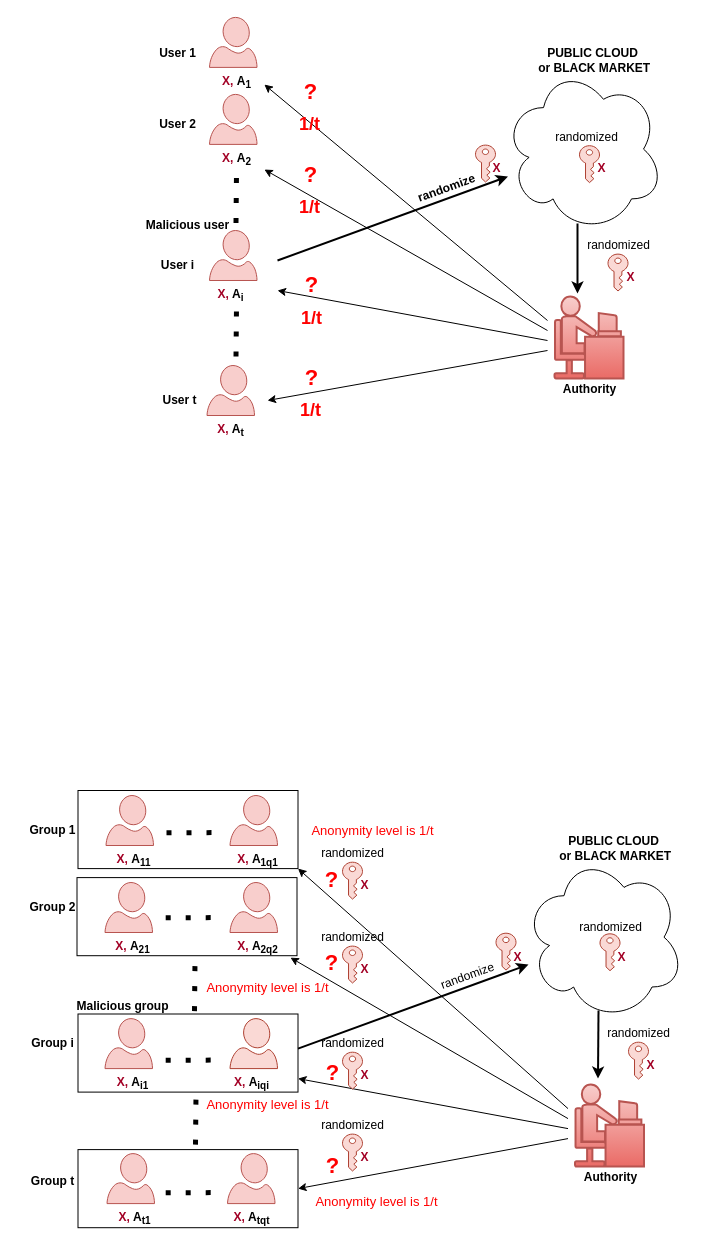
Before: AKL.drawio in huyle84/diagrams, a draw.io diagram. Source tidied: cells renumbered, new cells numbered last; positions are measured from the earlier drawing's top-left corner, leaving out a move shared by most shapes. Both pictures are drawn from the tidied source at 100%, with x=0, y=0 at pixel (17, 17).
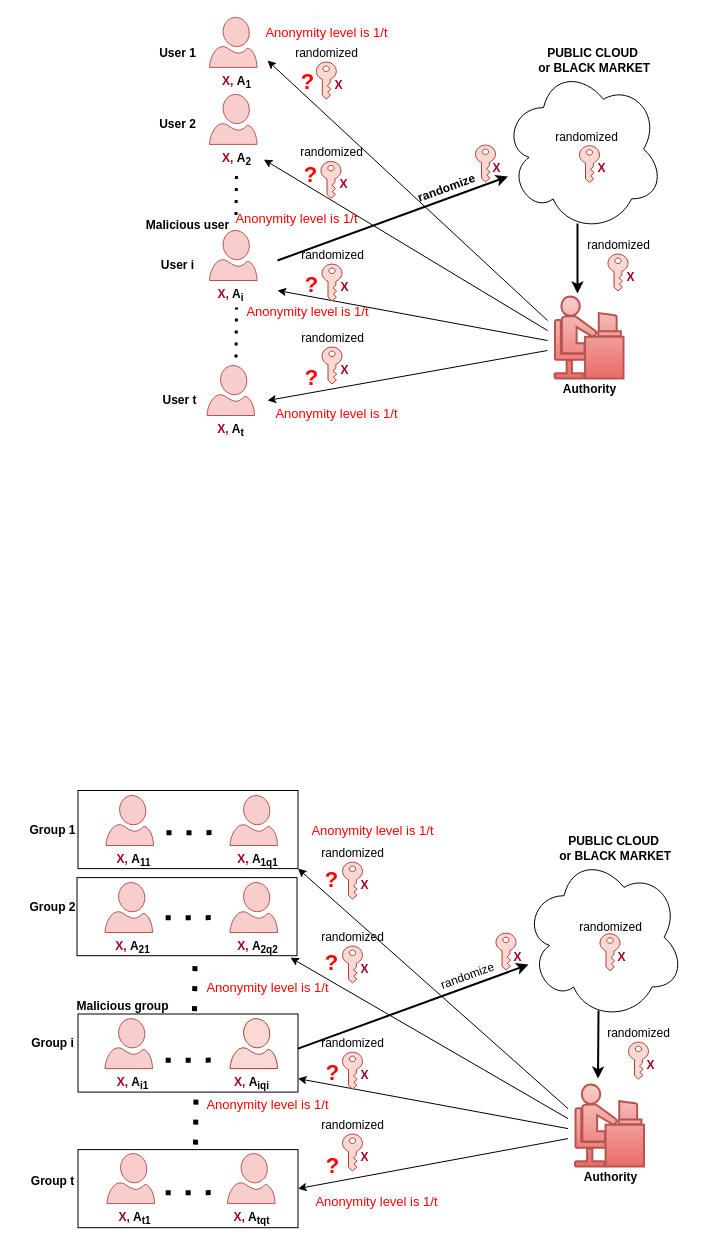
The same diagram, later.

The change refers to these unchanged cells:
```xml
<mxCell id="6" value="&lt;font color=&quot;#a20025&quot;&gt;X,&lt;/font&gt;&amp;nbsp;A&lt;sub&gt;1&lt;/sub&gt;" style="text;html=1;align=center;verticalAlign=middle;points=[];strokeColor=none;fillColor=none;fontStyle=1;" parent="1" vertex="1">
  <mxGeometry x="194" y="49.9" width="50" height="30" as="geometry" />
</mxCell>
<mxCell id="18" value="&lt;font color=&quot;#a20025&quot;&gt;X,&lt;/font&gt;&amp;nbsp;A&lt;sub&gt;2&lt;/sub&gt;" style="text;html=1;align=center;verticalAlign=middle;points=[];strokeColor=none;fillColor=none;fontStyle=1;" parent="1" vertex="1">
  <mxGeometry x="194" y="126.9" width="50" height="30" as="geometry" />
</mxCell>
```

Change to the diagram source:
```diff
@@
-    <mxCell id="24" style="endArrow=classic;html=1;rounded=0;entryX=1.057;entryY=0.571;entryDx=0;entryDy=0;entryPerimeter=0;" parent="1" edge="1" target="6">
+    <mxCell id="24" style="endArrow=classic;html=1;rounded=0;" parent="1" edge="1">
       <mxGeometry relative="1" as="geometry">
         <mxPoint x="530" y="303" as="sourcePoint" />
+        <mxPoint x="250" y="43" as="targetPoint" />
       </mxGeometry>
     </mxCell>
-    <mxCell id="25" style="endArrow=classic;html=1;rounded=0;entryX=1.057;entryY=0.838;entryDx=0;entryDy=0;entryPerimeter=0;" parent="1" edge="1" target="18">
+    <mxCell id="25" style="endArrow=classic;html=1;rounded=0;entryX=1.047;entryY=0.505;entryDx=0;entryDy=0;entryPerimeter=0;" parent="1" edge="1" target="18">
       <mxGeometry relative="1" as="geometry">
         <mxPoint x="530" y="313" as="sourcePoint" />
       </mxGeometry>
     </mxCell>
@@
     <mxCell id="28" value="&lt;b&gt;&lt;font color=&quot;#ff0000&quot; style=&quot;font-size: 22px;&quot;&gt;?&lt;/font&gt;&lt;/b&gt;" style="text;html=1;align=center;verticalAlign=middle;strokeColor=none;fillColor=none;" parent="1" vertex="1">
-      <mxGeometry x="273" y="55" width="40" height="40" as="geometry" />
+      <mxGeometry x="269.5" y="44.9" width="40" height="40" as="geometry" />
     </mxCell>
-    <mxCell id="29" value="&lt;font color=&quot;#ff0000&quot; style=&quot;font-size: 18px;&quot;&gt;1/t&lt;/font&gt;" style="text;html=1;align=center;verticalAlign=middle;strokeColor=none;fillColor=none;fontStyle=1;" parent="1" vertex="1">
-      <mxGeometry x="272" y="92" width="40" height="30" as="geometry" />
-    </mxCell>
@@
-    <mxCell id="31" value="&lt;font color=&quot;#ff0000&quot; style=&quot;font-size: 18px;&quot;&gt;1/t&lt;/font&gt;" style="text;html=1;align=center;verticalAlign=middle;strokeColor=none;fillColor=none;fontStyle=1;" parent="1" vertex="1">
-      <mxGeometry x="272" y="174.5" width="40" height="30" as="geometry" />
-    </mxCell>
@@
-    <mxCell id="33" value="&lt;font color=&quot;#ff0000&quot; style=&quot;font-size: 18px;&quot;&gt;1/t&lt;/font&gt;" style="text;html=1;align=center;verticalAlign=middle;strokeColor=none;fillColor=none;fontStyle=1;" parent="1" vertex="1">
-      <mxGeometry x="274" y="285.5" width="40" height="30" as="geometry" />
-    </mxCell>
@@
-    <mxCell id="35" value="&lt;font color=&quot;#ff0000&quot; style=&quot;font-size: 18px;&quot;&gt;1/t&lt;/font&gt;" style="text;html=1;align=center;verticalAlign=middle;strokeColor=none;fillColor=none;fontStyle=1;" parent="1" vertex="1">
-      <mxGeometry x="273" y="378" width="40" height="30" as="geometry" />
-    </mxCell>
@@
-    <mxCell id="37" style="endArrow=none;dashed=1;html=1;dashPattern=1 3;strokeWidth=5;rounded=0;" parent="1" edge="1">
+    <mxCell id="37" style="endArrow=none;dashed=1;html=1;dashPattern=1 3;strokeWidth=3;rounded=0;" parent="1" edge="1">
       <mxGeometry relative="1" as="geometry">
-        <mxPoint x="218.5" y="339" as="sourcePoint" />
-        <mxPoint x="219" y="289" as="targetPoint" />
+        <mxPoint x="218.5" y="340" as="sourcePoint" />
+        <mxPoint x="219" y="290" as="targetPoint" />
       </mxGeometry>
     </mxCell>
-    <mxCell id="38" style="endArrow=none;dashed=1;html=1;dashPattern=1 3;strokeWidth=5;rounded=0;" parent="1" edge="1">
+    <mxCell id="38" style="endArrow=none;dashed=1;html=1;dashPattern=1 3;strokeWidth=3;rounded=0;" parent="1" edge="1">
       <mxGeometry relative="1" as="geometry">
-        <mxPoint x="218.5" y="205.5" as="sourcePoint" />
-        <mxPoint x="219" y="155.5" as="targetPoint" />
+        <mxPoint x="218.5" y="197.5" as="sourcePoint" />
+        <mxPoint x="219" y="155" as="targetPoint" />
       </mxGeometry>
     </mxCell>
@@
+    <mxCell id="114" style="sketch=0;shadow=0;dashed=0;html=1;strokeColor=#ae4132;labelPosition=center;verticalLabelPosition=bottom;verticalAlign=top;align=center;shape=mxgraph.office.security.key_permissions;fillColor=#fad9d5;rotation=0;" parent="1" vertex="1">
+      <mxGeometry x="304.5" y="329.6" width="20" height="36.9" as="geometry" />
+    </mxCell>
+    <mxCell id="115" value="&lt;font color=&quot;#a20025&quot;&gt;X&lt;/font&gt;" style="text;html=1;align=center;verticalAlign=middle;strokeColor=none;fillColor=none;fontStyle=1;" parent="1" vertex="1">
+      <mxGeometry x="311.5" y="338" width="30" height="30" as="geometry" />
+    </mxCell>
+    <mxCell id="116" value="randomized" style="text;html=1;align=center;verticalAlign=middle;strokeColor=none;fillColor=none;fontStyle=0;" parent="1" vertex="1">
+      <mxGeometry x="269.5" y="306" width="90" height="30" as="geometry" />
+    </mxCell>
+    <mxCell id="117" style="sketch=0;shadow=0;dashed=0;html=1;strokeColor=#ae4132;labelPosition=center;verticalLabelPosition=bottom;verticalAlign=top;align=center;shape=mxgraph.office.security.key_permissions;fillColor=#fad9d5;rotation=0;" parent="1" vertex="1">
+      <mxGeometry x="304.5" y="246.6" width="20" height="36.9" as="geometry" />
+    </mxCell>
+    <mxCell id="118" value="&lt;font color=&quot;#a20025&quot;&gt;X&lt;/font&gt;" style="text;html=1;align=center;verticalAlign=middle;strokeColor=none;fillColor=none;fontStyle=1;" parent="1" vertex="1">
+      <mxGeometry x="311.5" y="255" width="30" height="30" as="geometry" />
+    </mxCell>
+    <mxCell id="119" value="randomized" style="text;html=1;align=center;verticalAlign=middle;strokeColor=none;fillColor=none;fontStyle=0;" parent="1" vertex="1">
+      <mxGeometry x="269.5" y="223" width="90" height="30" as="geometry" />
+    </mxCell>
+    <mxCell id="120" style="sketch=0;shadow=0;dashed=0;html=1;strokeColor=#ae4132;labelPosition=center;verticalLabelPosition=bottom;verticalAlign=top;align=center;shape=mxgraph.office.security.key_permissions;fillColor=#fad9d5;rotation=0;" parent="1" vertex="1">
+      <mxGeometry x="303.5" y="144" width="20" height="36.9" as="geometry" />
+    </mxCell>
+    <mxCell id="121" value="&lt;font color=&quot;#a20025&quot;&gt;X&lt;/font&gt;" style="text;html=1;align=center;verticalAlign=middle;strokeColor=none;fillColor=none;fontStyle=1;" parent="1" vertex="1">
+      <mxGeometry x="310.5" y="152.4" width="30" height="30" as="geometry" />
+    </mxCell>
+    <mxCell id="122" value="randomized" style="text;html=1;align=center;verticalAlign=middle;strokeColor=none;fillColor=none;fontStyle=0;" parent="1" vertex="1">
+      <mxGeometry x="268.5" y="120.4" width="90" height="30" as="geometry" />
+    </mxCell>
+    <mxCell id="123" style="sketch=0;shadow=0;dashed=0;html=1;strokeColor=#ae4132;labelPosition=center;verticalLabelPosition=bottom;verticalAlign=top;align=center;shape=mxgraph.office.security.key_permissions;fillColor=#fad9d5;rotation=0;" parent="1" vertex="1">
+      <mxGeometry x="298.8" y="44.6" width="20" height="36.9" as="geometry" />
+    </mxCell>
+    <mxCell id="124" value="&lt;font color=&quot;#a20025&quot;&gt;X&lt;/font&gt;" style="text;html=1;align=center;verticalAlign=middle;strokeColor=none;fillColor=none;fontStyle=1;" parent="1" vertex="1">
+      <mxGeometry x="305.8" y="53" width="30" height="30" as="geometry" />
+    </mxCell>
+    <mxCell id="125" value="randomized" style="text;html=1;align=center;verticalAlign=middle;strokeColor=none;fillColor=none;fontStyle=0;" parent="1" vertex="1">
+      <mxGeometry x="263.8" y="21" width="90" height="30" as="geometry" />
+    </mxCell>
+    <mxCell id="126" value="&lt;font style=&quot;caret-color: rgb(255, 0, 0); color: rgb(255, 0, 0); font-weight: 400; font-size: 13px;&quot;&gt;Anonymity level is&lt;/font&gt;&lt;span style=&quot;caret-color: rgb(255, 0, 0); color: rgb(255, 0, 0); font-weight: 400; font-size: 13px;&quot;&gt;&amp;nbsp;1/t&lt;/span&gt;" style="text;html=1;align=center;verticalAlign=middle;strokeColor=none;fillColor=none;fontStyle=1;" parent="1" vertex="1">
+      <mxGeometry x="244" y="381" width="150" height="30" as="geometry" />
+    </mxCell>
+    <mxCell id="127" value="&lt;font style=&quot;caret-color: rgb(255, 0, 0); color: rgb(255, 0, 0); font-weight: 400; font-size: 13px;&quot;&gt;Anonymity level is&lt;/font&gt;&lt;span style=&quot;caret-color: rgb(255, 0, 0); color: rgb(255, 0, 0); font-weight: 400; font-size: 13px;&quot;&gt;&amp;nbsp;1/t&lt;/span&gt;" style="text;html=1;align=center;verticalAlign=middle;strokeColor=none;fillColor=none;fontStyle=1;" parent="1" vertex="1">
+      <mxGeometry x="214.5" y="279" width="150" height="30" as="geometry" />
+    </mxCell>
+    <mxCell id="128" value="&lt;font style=&quot;caret-color: rgb(255, 0, 0); color: rgb(255, 0, 0); font-weight: 400; font-size: 13px;&quot;&gt;Anonymity level is&lt;/font&gt;&lt;span style=&quot;caret-color: rgb(255, 0, 0); color: rgb(255, 0, 0); font-weight: 400; font-size: 13px;&quot;&gt;&amp;nbsp;1/t&lt;/span&gt;" style="text;html=1;align=center;verticalAlign=middle;strokeColor=none;fillColor=none;fontStyle=1;" parent="1" vertex="1">
+      <mxGeometry x="233.8" y="-0.1" width="150" height="30" as="geometry" />
+    </mxCell>
+    <mxCell id="129" value="&lt;font style=&quot;caret-color: rgb(255, 0, 0); color: rgb(255, 0, 0); font-weight: 400; font-size: 13px;&quot;&gt;Anonymity level is&lt;/font&gt;&lt;span style=&quot;caret-color: rgb(255, 0, 0); color: rgb(255, 0, 0); font-weight: 400; font-size: 13px;&quot;&gt;&amp;nbsp;1/t&lt;/span&gt;" style="text;html=1;align=center;verticalAlign=middle;strokeColor=none;fillColor=none;fontStyle=1;" parent="1" vertex="1">
+      <mxGeometry x="203.8" y="186.1" width="150" height="30" as="geometry" />
+    </mxCell>
```
